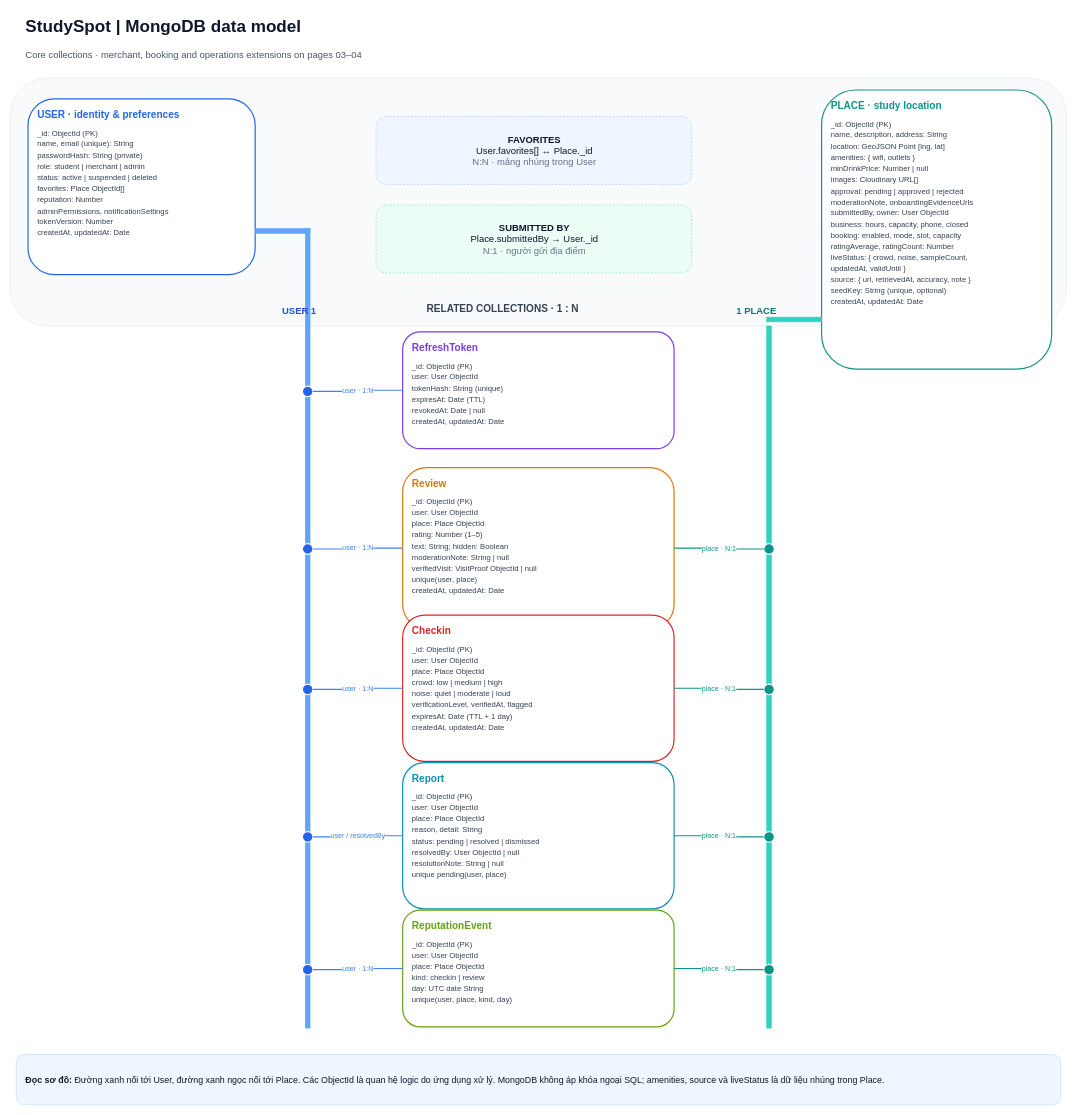
This is page "01 - ERD MongoDB" (1 of 4) of backend/docs/StudySpot-ERD-System-Architecture.drawio from L1nkinPark/SDN-MMA, a draw.io file, before an edit. Source tidied: cells renumbered, new cells numbered last; positions are measured from the earlier drawing's top-left corner, leaving out a move shared by most shapes. Both pictures are drawn from the tidied source at 59%, with x=0, y=0 at pixel (10, 10).
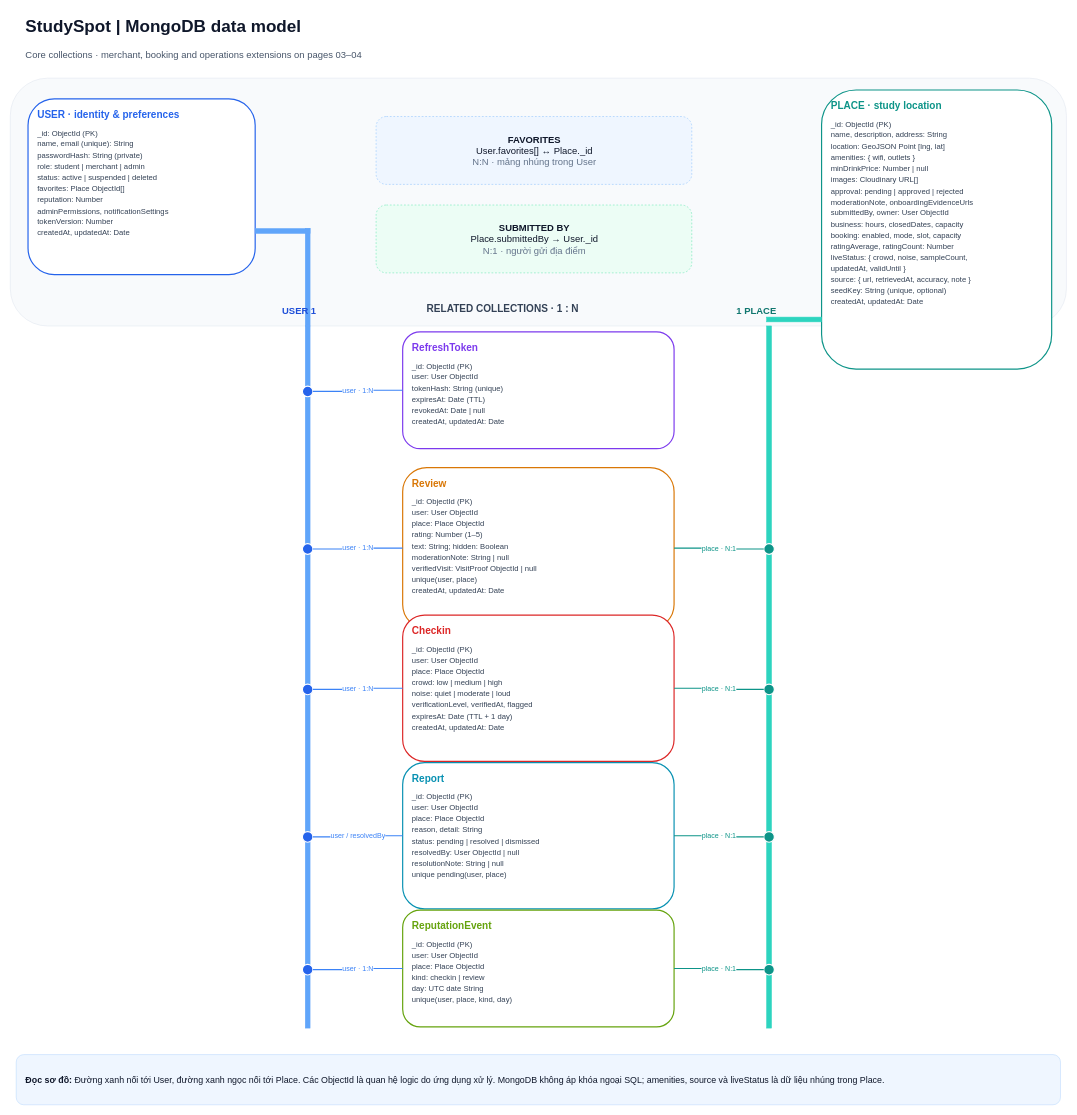
Above is the later version.

Diff of the diagram source:
```diff
@@
-    <mxCell id="6" value="&lt;div style='font-family:Arial,sans-serif;line-height:1.45'&gt;&lt;div style='font-size:17px;font-weight:bold;color:#0D9488;margin-bottom:9px'&gt;PLACE  ·  study location&lt;/div&gt;&lt;div style='font-size:13px;color:#334155'&gt;_id: ObjectId (PK)&lt;br/&gt;name, description, address: String&lt;br/&gt;location: GeoJSON Point [lng, lat]&lt;br/&gt;amenities: { wifi, outlets }&lt;br/&gt;minDrinkPrice: Number | null&lt;br/&gt;images: Cloudinary URL[]&lt;br/&gt;approval: pending | approved | rejected&lt;br/&gt;moderationNote, onboardingEvidenceUrls&lt;br/&gt;submittedBy, owner: User ObjectId&lt;br/&gt;business: hours, capacity, phone, closed&lt;br/&gt;booking: enabled, mode, slot, capacity&lt;br/&gt;ratingAverage, ratingCount: Number&lt;br/&gt;liveStatus: { crowd, noise, sampleCount,&lt;br/&gt;  updatedAt, validUntil }&lt;br/&gt;source: { url, retrievedAt, accuracy, note }&lt;br/&gt;seedKey: String (unique, optional)&lt;br/&gt;createdAt, updatedAt: Date&lt;/div&gt;&lt;/div&gt;" style="rounded=1;whiteSpace=wrap;html=1;fillColor=#FFFFFF;strokeColor=#0D9488;fontColor=#0F172A;fontSize=13;align=left;verticalAlign=middle;spacingLeft=14;spacingRight=12;spacingTop=9;spacingBottom=8;shadow=0;dashed=0;verticalAlign=top;strokeWidth=2;" parent="1" vertex="1">
+    <mxCell id="6" value="&lt;div style='font-family:Arial,sans-serif;line-height:1.45'&gt;&lt;div style='font-size:17px;font-weight:bold;color:#0D9488;margin-bottom:9px'&gt;PLACE  ·  study location&lt;/div&gt;&lt;div style='font-size:13px;color:#334155'&gt;_id: ObjectId (PK)&lt;br/&gt;name, description, address: String&lt;br/&gt;location: GeoJSON Point [lng, lat]&lt;br/&gt;amenities: { wifi, outlets }&lt;br/&gt;minDrinkPrice: Number | null&lt;br/&gt;images: Cloudinary URL[]&lt;br/&gt;approval: pending | approved | rejected&lt;br/&gt;moderationNote, onboardingEvidenceUrls&lt;br/&gt;submittedBy, owner: User ObjectId&lt;br/&gt;business: hours, closedDates, capacity&lt;br/&gt;booking: enabled, mode, slot, capacity&lt;br/&gt;ratingAverage, ratingCount: Number&lt;br/&gt;liveStatus: { crowd, noise, sampleCount,&lt;br/&gt;  updatedAt, validUntil }&lt;br/&gt;source: { url, retrievedAt, accuracy, note }&lt;br/&gt;seedKey: String (unique, optional)&lt;br/&gt;createdAt, updatedAt: Date&lt;/div&gt;&lt;/div&gt;" style="rounded=1;whiteSpace=wrap;html=1;fillColor=#FFFFFF;strokeColor=#0D9488;fontColor=#0F172A;fontSize=13;align=left;verticalAlign=middle;spacingLeft=14;spacingRight=12;spacingTop=9;spacingBottom=8;shadow=0;dashed=0;verticalAlign=top;strokeWidth=2;" parent="1" vertex="1">
       <mxGeometry x="1375" y="135" width="390" height="473" as="geometry" />
     </mxCell>
```
